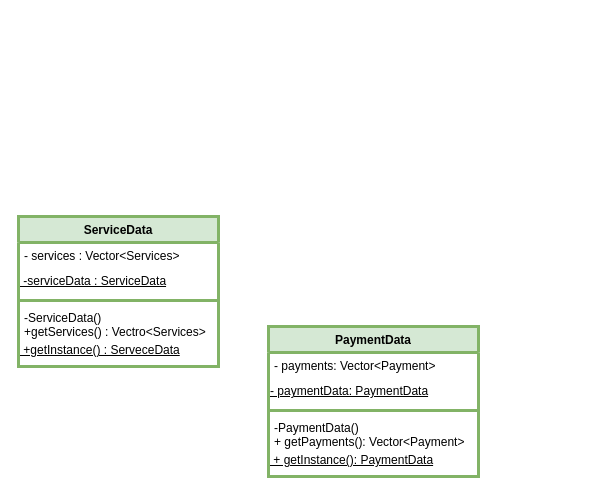
This is page "DataSet" (5 of 15) of Untitled Diagram.drawio from mazenhesham17/EPayment, a draw.io file, before an edit. Source tidied: cells renumbered, new cells numbered last; positions are measured from the earlier drawing's top-left corner, leaving out a move shared by most shapes. Both pictures are drawn from the tidied source at 100%, with x=0, y=0 at pixel (18, 216).
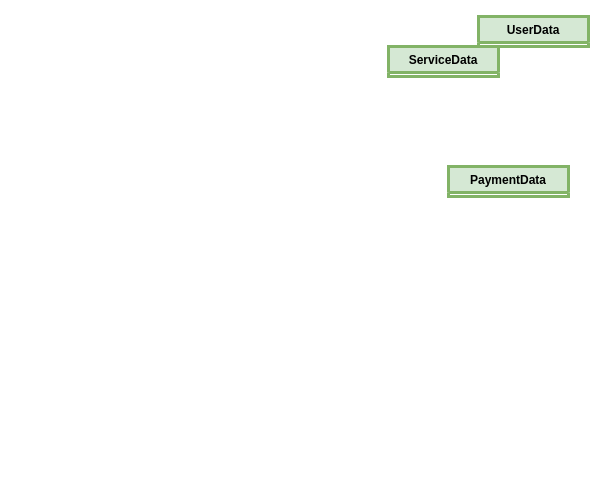
The same page after the edit.

The edit, as a diff of the source:
```diff
@@
 <mxGraphModel>
   <root>
     <mxCell id="0" />
     <mxCell id="1" parent="0" />
-    <mxCell id="2" value="PaymentData" style="swimlane;fontStyle=1;align=center;verticalAlign=top;horizontal=1;startSize=26;fillColor=#d5e8d4;strokeColor=#82b366;fontSize=12;strokeWidth=3;" parent="1" vertex="1">
-      <mxGeometry x="250" y="110" width="210" height="150" as="geometry" />
+    <mxCell id="2" value="PaymentData" style="swimlane;fontStyle=1;align=center;verticalAlign=top;horizontal=1;startSize=26;fillColor=#d5e8d4;strokeColor=#82b366;fontSize=12;strokeWidth=3;" parent="1" vertex="1" collapsed="1">
+      <mxGeometry x="430" y="-50" width="120" height="30" as="geometry" />
     </mxCell>
-    <mxCell id="3" value="- payments: Vector&lt;Payment&gt;" style="text;strokeColor=none;fillColor=none;align=left;verticalAlign=top;spacingLeft=4;spacingRight=4;overflow=hidden;fontSize=12;strokeWidth=3;" parent="2" vertex="1">
-      <mxGeometry y="26" width="210" height="24" as="geometry" />
-    </mxCell>
-    <mxCell id="4" value="&lt;div style=&quot;font-size: 12px;&quot;&gt;&lt;u style=&quot;font-size: 12px; background-color: initial;&quot;&gt;- paymentData: PaymentData&lt;/u&gt;&lt;/div&gt;" style="text;html=1;align=left;verticalAlign=middle;strokeColor=none;fillColor=none;fontSize=12;strokeWidth=3;" parent="2" vertex="1">
-      <mxGeometry y="50" width="210" height="30" as="geometry" />
-    </mxCell>
-    <mxCell id="5" style="line;strokeWidth=3;fillColor=none;align=left;verticalAlign=middle;spacingTop=-1;spacingLeft=3;spacingRight=3;labelPosition=right;strokeColor=inherit;fontSize=12;" parent="2" vertex="1">
-      <mxGeometry y="80" width="210" height="8" as="geometry" />
-    </mxCell>
-    <mxCell id="6" value="-PaymentData()&#10;+ getPayments(): Vector&lt;Payment&gt;" style="text;strokeColor=none;fillColor=none;align=left;verticalAlign=top;spacingLeft=4;spacingRight=4;overflow=hidden;fontSize=12;strokeWidth=3;" parent="2" vertex="1">
-      <mxGeometry y="88" width="210" height="32" as="geometry" />
-    </mxCell>
-    <mxCell id="7" value="&lt;span style=&quot;color: rgb(0, 0, 0); font-family: Helvetica; font-size: 12px; font-style: normal; font-variant-ligatures: normal; font-variant-caps: normal; font-weight: 400; letter-spacing: normal; orphans: 2; text-align: left; text-indent: 0px; text-transform: none; widows: 2; word-spacing: 0px; -webkit-text-stroke-width: 0px; background-color: rgb(255, 255, 255); text-decoration-thickness: initial; text-decoration-style: initial; text-decoration-color: initial; float: none; display: inline !important;&quot;&gt;&lt;u style=&quot;font-size: 12px;&quot;&gt;&amp;nbsp;+ getInstance(): PaymentData&lt;/u&gt;&lt;/span&gt;" style="text;whiteSpace=wrap;html=1;fontSize=12;strokeWidth=3;" parent="2" vertex="1">
-      <mxGeometry y="120" width="210" height="30" as="geometry" />
-    </mxCell>
-    <mxCell id="8" value="ServiceData" style="swimlane;fontStyle=1;align=center;verticalAlign=top;horizontal=1;startSize=26;fillColor=#d5e8d4;strokeColor=#82b366;fontSize=12;strokeWidth=3;" parent="1" vertex="1">
-      <mxGeometry width="200" height="150" as="geometry" />
+    <mxCell id="8" value="ServiceData" style="swimlane;fontStyle=1;align=center;verticalAlign=top;horizontal=1;startSize=26;fillColor=#d5e8d4;strokeColor=#82b366;fontSize=12;strokeWidth=3;" parent="1" vertex="1" collapsed="1">
+      <mxGeometry x="370" y="-170" width="110" height="30" as="geometry" />
     </mxCell>
-    <mxCell id="9" value="- services : Vector&lt;Services&gt;" style="text;strokeColor=none;fillColor=none;align=left;verticalAlign=top;spacingLeft=4;spacingRight=4;overflow=hidden;fontSize=12;strokeWidth=3;" parent="8" vertex="1">
-      <mxGeometry y="26" width="200" height="24" as="geometry" />
-    </mxCell>
-    <mxCell id="10" value="&lt;div style=&quot;font-size: 12px;&quot;&gt;&lt;span style=&quot;font-size: 12px; background-color: initial;&quot;&gt;&lt;u style=&quot;font-size: 12px;&quot;&gt;&amp;nbsp;-serviceData : ServiceData&lt;/u&gt;&lt;/span&gt;&lt;/div&gt;" style="text;html=1;align=left;verticalAlign=middle;strokeColor=none;fillColor=none;fontSize=12;strokeWidth=3;" parent="8" vertex="1">
-      <mxGeometry y="50" width="200" height="30" as="geometry" />
-    </mxCell>
-    <mxCell id="11" style="line;strokeWidth=3;fillColor=none;align=left;verticalAlign=middle;spacingTop=-1;spacingLeft=3;spacingRight=3;labelPosition=right;strokeColor=inherit;fontSize=12;" parent="8" vertex="1">
-      <mxGeometry y="80" width="200" height="8" as="geometry" />
-    </mxCell>
-    <mxCell id="12" value="-ServiceData()&#10;+getServices() : Vectro&lt;Services&gt;" style="text;strokeColor=none;fillColor=none;align=left;verticalAlign=top;spacingLeft=4;spacingRight=4;overflow=hidden;fontSize=12;strokeWidth=3;" parent="8" vertex="1">
-      <mxGeometry y="88" width="200" height="32" as="geometry" />
-    </mxCell>
-    <mxCell id="13" value="&lt;span style=&quot;color: rgb(0, 0, 0); font-family: Helvetica; font-size: 12px; font-style: normal; font-variant-ligatures: normal; font-variant-caps: normal; font-weight: 400; letter-spacing: normal; orphans: 2; text-align: left; text-indent: 0px; text-transform: none; widows: 2; word-spacing: 0px; -webkit-text-stroke-width: 0px; background-color: rgb(255, 255, 255); text-decoration-thickness: initial; text-decoration-style: initial; text-decoration-color: initial; float: none; display: inline !important;&quot;&gt;&lt;u style=&quot;font-size: 12px;&quot;&gt;&amp;nbsp;+getInstance() : ServeceData&lt;/u&gt;&lt;/span&gt;" style="text;whiteSpace=wrap;html=1;fontSize=12;strokeWidth=3;" parent="8" vertex="1">
-      <mxGeometry y="120" width="200" height="30" as="geometry" />
-    </mxCell>
+    <mxCell id="14" value="UserData" style="swimlane;fontStyle=1;align=center;verticalAlign=top;horizontal=1;startSize=26;fontSize=12;strokeColor=#82b366;fillColor=#d5e8d4;strokeWidth=3;" parent="1" vertex="1" collapsed="1">
+      <mxGeometry x="460" y="-200" width="110" height="30" as="geometry" />
+    </mxCell>
   </root>
 </mxGraphModel>
```
